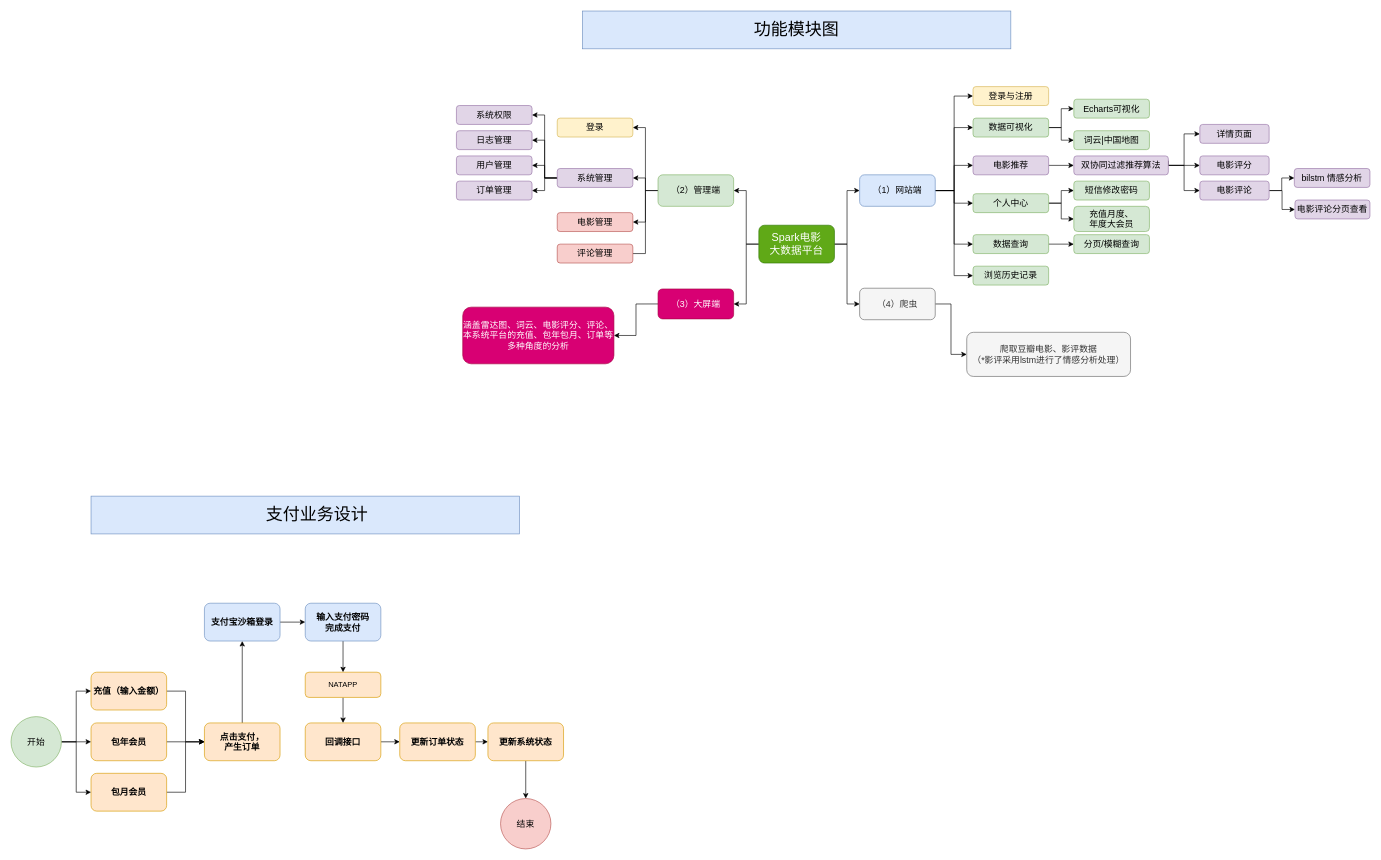
Before: SPARK/02-Movie.drawio in redcomet88/DRAW, a draw.io diagram. Source tidied: cells renumbered, new cells numbered last; positions are measured from the earlier drawing's top-left corner, leaving out a move shared by most shapes. Both pictures are drawn from the tidied source at 63%, with x=0, y=0 at pixel (11, 11).
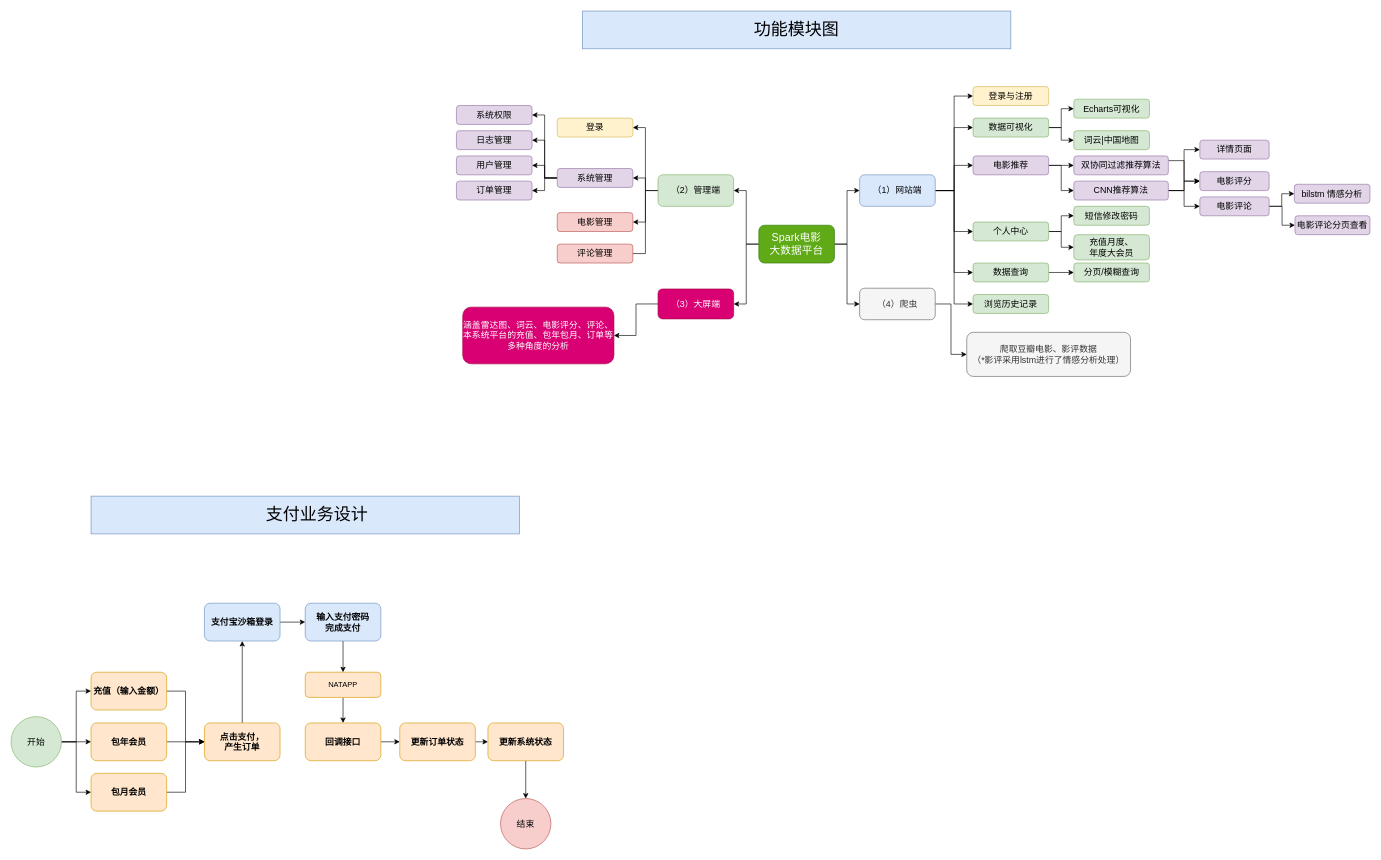
The same diagram, later.

The change refers to these unchanged cells:
```xml
<mxCell id="14" value="电影推荐" style="rounded=1;whiteSpace=wrap;html=1;fontSize=14;fillColor=#e1d5e7;strokeColor=#9673a6;" parent="1" vertex="1">
  <mxGeometry x="1527" y="230" width="120" height="30" as="geometry" />
</mxCell>
<mxCell id="25" value="双协同过滤推荐算法" style="rounded=1;whiteSpace=wrap;html=1;fontSize=14;fillColor=#e1d5e7;strokeColor=#9673a6;" parent="1" vertex="1">
  <mxGeometry x="1687" y="230" width="150" height="30" as="geometry" />
</mxCell>
```

Diff of the diagram source:
```diff
@@
+    <mxCell id="92" style="edgeStyle=orthogonalEdgeStyle;rounded=0;jettySize=auto;html=1;exitX=1;exitY=0.5;exitDx=0;exitDy=0;entryX=0;entryY=0.5;entryDx=0;entryDy=0;" parent="1" edge="1" source="14" target="96">
+      <mxGeometry relative="1" as="geometry" />
+    </mxCell>
@@
     <mxCell id="16" value="数据查询" style="rounded=1;whiteSpace=wrap;html=1;fontSize=14;fillColor=#d5e8d4;strokeColor=#82b366;" parent="1" vertex="1">
-      <mxGeometry x="1527" y="355" width="120" height="30" as="geometry" />
+      <mxGeometry x="1527" y="400" width="120" height="30" as="geometry" />
     </mxCell>
     <mxCell id="17" value="浏览历史记录" style="rounded=1;whiteSpace=wrap;html=1;fontSize=14;fillColor=#d5e8d4;strokeColor=#82b366;" parent="1" vertex="1">
-      <mxGeometry x="1527" y="405" width="120" height="30" as="geometry" />
+      <mxGeometry x="1527" y="450" width="120" height="30" as="geometry" />
     </mxCell>
@@
     <mxCell id="21" value="分页/模糊查询" style="rounded=1;whiteSpace=wrap;html=1;fontSize=14;fillColor=#d5e8d4;strokeColor=#82b366;" parent="1" vertex="1">
-      <mxGeometry x="1687" y="355" width="120" height="30" as="geometry" />
+      <mxGeometry x="1687" y="400" width="120" height="30" as="geometry" />
     </mxCell>
-    <mxCell id="22" style="edgeStyle=orthogonalEdgeStyle;rounded=0;jettySize=auto;html=1;exitX=1;exitY=0.5;exitDx=0;exitDy=0;entryX=0;entryY=0.5;entryDx=0;entryDy=0;" parent="1" edge="1" source="25" target="84">
+    <mxCell id="22" style="edgeStyle=orthogonalEdgeStyle;rounded=0;jettySize=auto;html=1;exitX=1;exitY=0.25;exitDx=0;exitDy=0;entryX=0;entryY=0.5;entryDx=0;entryDy=0;" parent="1" edge="1" source="25" target="84">
       <mxGeometry relative="1" as="geometry" />
     </mxCell>
-    <mxCell id="23" style="edgeStyle=orthogonalEdgeStyle;rounded=0;jettySize=auto;html=1;exitX=1;exitY=0.5;exitDx=0;exitDy=0;entryX=0;entryY=0.5;entryDx=0;entryDy=0;" parent="1" edge="1" source="25" target="87">
-      <mxGeometry relative="1" as="geometry" />
-    </mxCell>
-    <mxCell id="24" style="edgeStyle=orthogonalEdgeStyle;rounded=0;jettySize=auto;html=1;exitX=1;exitY=0.25;exitDx=0;exitDy=0;entryX=0;entryY=0.5;entryDx=0;entryDy=0;" parent="1" edge="1" source="25" target="89">
-      <mxGeometry relative="1" as="geometry">
-        <Array as="points">
-          <mxPoint x="1837" y="245" />
-          <mxPoint x="1862" y="245" />
-          <mxPoint x="1862" y="195" />
-        </Array>
-      </mxGeometry>
-    </mxCell>
@@
     <mxCell id="30" value="个人中心" style="rounded=1;whiteSpace=wrap;html=1;fontSize=14;fillColor=#d5e8d4;strokeColor=#82b366;" parent="1" vertex="1">
-      <mxGeometry x="1527" y="290" width="120" height="30" as="geometry" />
+      <mxGeometry x="1527" y="335" width="120" height="30" as="geometry" />
     </mxCell>
@@
     <mxCell id="82" value="短信修改密码" style="rounded=1;whiteSpace=wrap;html=1;fontSize=14;fillColor=#d5e8d4;strokeColor=#82b366;" parent="1" vertex="1">
-      <mxGeometry x="1687" y="270" width="120" height="30" as="geometry" />
+      <mxGeometry x="1687" y="310" width="120" height="30" as="geometry" />
     </mxCell>
     <mxCell id="83" value="充值月度、&lt;br&gt;年度大会员" style="rounded=1;whiteSpace=wrap;html=1;fontSize=14;fillColor=#d5e8d4;strokeColor=#82b366;" parent="1" vertex="1">
-      <mxGeometry x="1687" y="310" width="120" height="40" as="geometry" />
+      <mxGeometry x="1687" y="355" width="120" height="40" as="geometry" />
     </mxCell>
     <mxCell id="84" value="电影评分" style="rounded=1;whiteSpace=wrap;html=1;fontSize=14;fillColor=#e1d5e7;strokeColor=#9673a6;" parent="1" vertex="1">
-      <mxGeometry x="1887" y="230" width="110" height="30" as="geometry" />
+      <mxGeometry x="1887" y="255" width="110" height="30" as="geometry" />
     </mxCell>
@@
     <mxCell id="87" value="电影评论" style="rounded=1;whiteSpace=wrap;html=1;fontSize=14;fillColor=#e1d5e7;strokeColor=#9673a6;" parent="1" vertex="1">
-      <mxGeometry x="1887" y="270" width="110" height="30" as="geometry" />
+      <mxGeometry x="1887" y="295" width="110" height="30" as="geometry" />
     </mxCell>
     <mxCell id="88" value="bilstm 情感分析" style="rounded=1;whiteSpace=wrap;html=1;fontSize=14;fillColor=#e1d5e7;strokeColor=#9673a6;" parent="1" vertex="1">
-      <mxGeometry x="2037" y="250" width="120" height="30" as="geometry" />
+      <mxGeometry x="2037" y="275" width="120" height="30" as="geometry" />
     </mxCell>
     <mxCell id="89" value="详情页面" style="rounded=1;whiteSpace=wrap;html=1;fontSize=14;fillColor=#e1d5e7;strokeColor=#9673a6;" parent="1" vertex="1">
-      <mxGeometry x="1887" y="180" width="110" height="30" as="geometry" />
+      <mxGeometry x="1887" y="205" width="110" height="30" as="geometry" />
     </mxCell>
@@
     <mxCell id="91" value="电影评论分页查看" style="rounded=1;whiteSpace=wrap;html=1;fontSize=14;fillColor=#e1d5e7;strokeColor=#9673a6;" parent="1" vertex="1">
-      <mxGeometry x="2038" y="300" width="119" height="30" as="geometry" />
+      <mxGeometry x="2038" y="325" width="119" height="30" as="geometry" />
     </mxCell>
+    <mxCell id="93" style="edgeStyle=orthogonalEdgeStyle;rounded=0;jettySize=auto;html=1;exitX=1;exitY=0.5;exitDx=0;exitDy=0;entryX=0;entryY=0.5;entryDx=0;entryDy=0;" parent="1" edge="1" source="96" target="84">
+      <mxGeometry relative="1" as="geometry" />
+    </mxCell>
+    <mxCell id="94" style="edgeStyle=orthogonalEdgeStyle;rounded=0;jettySize=auto;html=1;exitX=1;exitY=0.5;exitDx=0;exitDy=0;entryX=0;entryY=0.5;entryDx=0;entryDy=0;" parent="1" edge="1" source="96" target="87">
+      <mxGeometry relative="1" as="geometry" />
+    </mxCell>
+    <mxCell id="95" style="edgeStyle=orthogonalEdgeStyle;rounded=0;jettySize=auto;html=1;exitX=1;exitY=0.5;exitDx=0;exitDy=0;entryX=0;entryY=0.5;entryDx=0;entryDy=0;" parent="1" edge="1" source="96" target="89">
+      <mxGeometry relative="1" as="geometry" />
+    </mxCell>
+    <mxCell id="96" value="CNN推荐算法" style="rounded=1;whiteSpace=wrap;html=1;fontSize=14;fillColor=#e1d5e7;strokeColor=#9673a6;" parent="1" vertex="1">
+      <mxGeometry x="1687" y="270" width="150" height="30" as="geometry" />
+    </mxCell>
```
